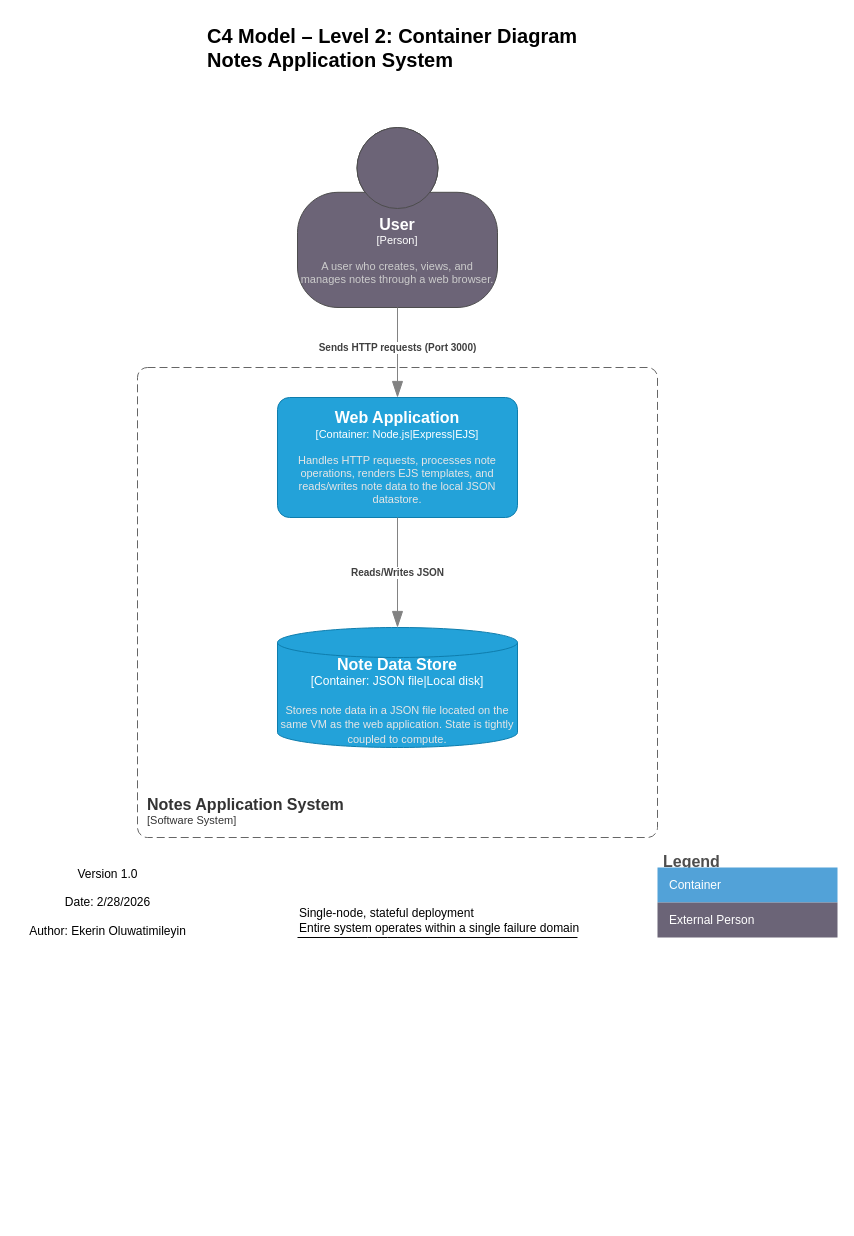
The draw.io diagram Architecture/container-diagram.dio in mosesekerin/cloud-system-evolution, before the edit. Source tidied: cells renumbered, new cells numbered last; positions are measured from the earlier drawing's top-left corner, leaving out a move shared by most shapes. Both pictures are drawn from the tidied source at 100%, with x=0, y=0 at pixel (17, 17).
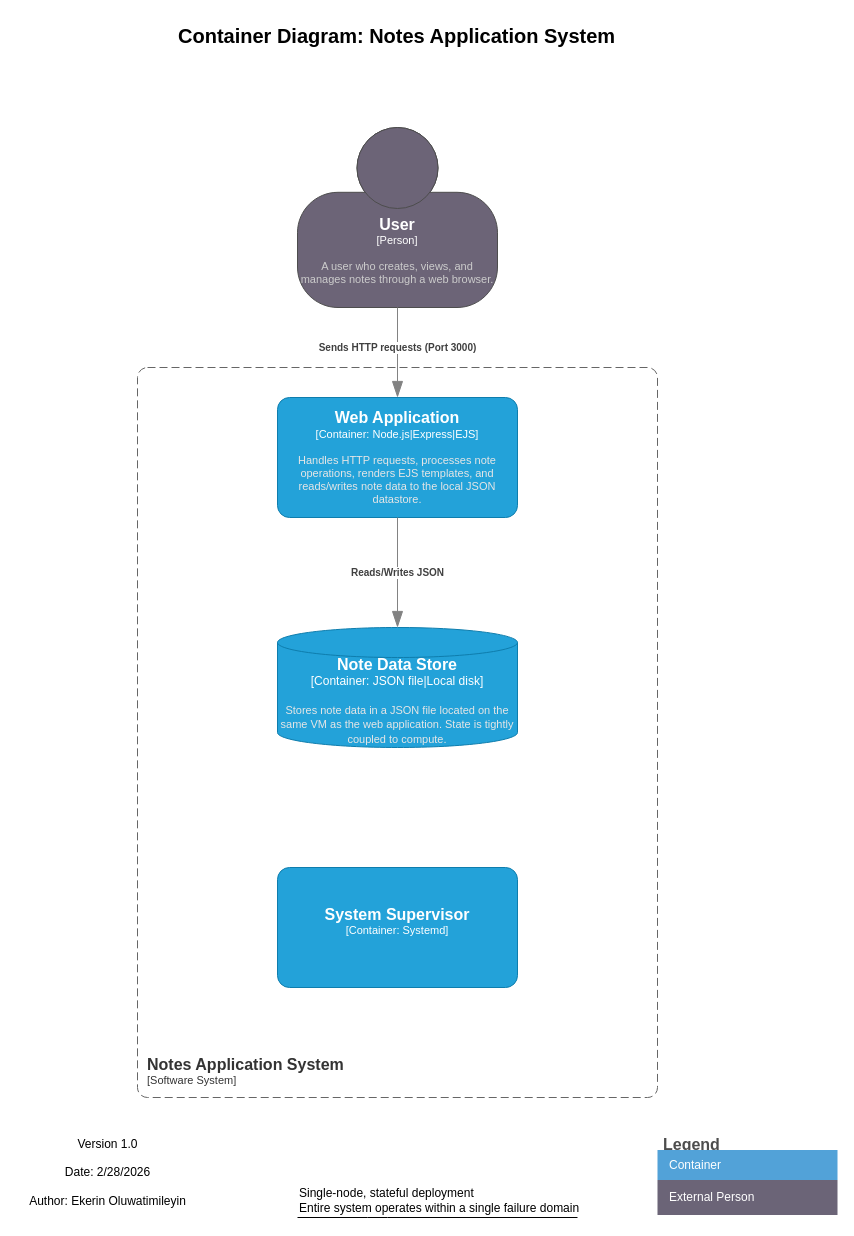
After the change.

Commit message (it also covers changes not shown here):
updated architectural design

Diff of the diagram source:
```diff
@@
-    <object id="7" label="&lt;font&gt;&lt;b&gt;&lt;div style=&quot;text-align: left&quot;&gt;%c4Name%&lt;/div&gt;&lt;/b&gt;&lt;/font&gt;&lt;div style=&quot;text-align: left&quot;&gt;%c4Description%&lt;/div&gt;" c4Description="" c4Name="C4 Model – Level 2: Container Diagram&#10;Notes Application System" placeholders="1">
+    <object id="7" label="&lt;font&gt;&lt;b&gt;&lt;div style=&quot;text-align: left&quot;&gt;%c4Name%&lt;/div&gt;&lt;/b&gt;&lt;/font&gt;&lt;div style=&quot;text-align: left&quot;&gt;%c4Description%&lt;/div&gt;" c4Description="" c4Name="Container Diagram: Notes Application System" placeholders="1">
       <mxCell style="text;html=1;strokeColor=none;fillColor=none;align=left;verticalAlign=top;whiteSpace=wrap;rounded=0;fontSize=20;" parent="1" vertex="1">
-        <mxGeometry x="187.5" width="385" height="40" as="geometry" />
+        <mxGeometry x="158.8" width="442.5" height="40" as="geometry" />
       </mxCell>
     </object>
     <object id="8" label="&lt;font style=&quot;font-size: 16px&quot;&gt;&lt;b&gt;&lt;div style=&quot;text-align: left&quot;&gt;%c4Name%&lt;/div&gt;&lt;/b&gt;&lt;/font&gt;&lt;div style=&quot;text-align: left&quot;&gt;[%c4Application%]&lt;/div&gt;" c4Application="Software System" c4Name="Notes Application System" placeholders="1">
       <mxCell style="rounded=1;fontSize=11;whiteSpace=wrap;html=1;dashed=1;arcSize=20;fillColor=none;strokeColor=#666666;fontColor=#333333;labelBackgroundColor=none;align=left;verticalAlign=bottom;labelBorderColor=none;spacingTop=0;spacing=10;dashPattern=8 4;perimeter=rectanglePerimeter;noLabel=0;labelPadding=0;absoluteArcSize=1;" parent="1" vertex="1">
-        <mxGeometry x="120" y="350" width="520" height="470" as="geometry" />
+        <mxGeometry x="120" y="350" width="520" height="730" as="geometry" />
       </mxCell>
     </object>
     <mxCell id="9" value="Legend" style="shape=table;startSize=20;childLayout=tableLayout;fontSize=16;align=left;verticalAlign=top;fillColor=none;strokeColor=none;fontColor=#4D4D4D;fontStyle=1;spacingLeft=6;spacing=0;" parent="1" vertex="1">
-      <mxGeometry x="640" y="830" width="180" height="90" as="geometry" />
+      <mxGeometry x="640" y="1112.5" width="180" height="85" as="geometry" />
     </mxCell>
     <mxCell id="10" style="shape=tableRow;horizontal=0;startSize=0;swimlaneHead=0;swimlaneBody=0;strokeColor=inherit;top=0;left=0;bottom=0;right=0;fillColor=none;fontSize=12;" parent="9" vertex="1">
-      <mxGeometry y="20" width="180" height="35" as="geometry" />
+      <mxGeometry y="20" width="180" height="30" as="geometry" />
     </mxCell>
     <mxCell id="11" value="Container" style="shape=partialRectangle;html=1;whiteSpace=wrap;strokeColor=inherit;overflow=hidden;fillColor=#52a2d8;top=0;left=0;bottom=0;right=0;fontSize=12;align=left;fontColor=#FFFFFF;gradientColor=none;spacingLeft=10;spacingRight=4;" parent="10" vertex="1">
-      <mxGeometry width="180" height="35" as="geometry" />
+      <mxGeometry width="180" height="30" as="geometry" />
     </mxCell>
     <mxCell id="12" style="shape=tableRow;horizontal=0;startSize=0;swimlaneHead=0;swimlaneBody=0;strokeColor=inherit;top=0;left=0;bottom=0;right=0;fillColor=none;fontSize=12;" parent="9" vertex="1">
-      <mxGeometry y="55" width="180" height="35" as="geometry" />
+      <mxGeometry y="50" width="180" height="35" as="geometry" />
     </mxCell>
@@
     <mxCell id="14" value="&lt;font style=&quot;font-size: 12px;&quot;&gt;Single-node, stateful deployment&lt;br&gt;Entire system operates within a single failure domain&lt;/font&gt;" style="html=1;verticalAlign=bottom;labelBackgroundColor=none;endArrow=none;endFill=0;endSize=6;align=left;" parent="1" edge="1">
       <mxGeometry x="-1" relative="1" as="geometry">
-        <mxPoint x="280" y="920" as="sourcePoint" />
-        <mxPoint x="560" y="920" as="targetPoint" />
+        <mxPoint x="280" y="1200" as="sourcePoint" />
+        <mxPoint x="560" y="1200" as="targetPoint" />
         <Array as="points">
-          <mxPoint x="360" y="920" />
+          <mxPoint x="360" y="1200" />
         </Array>
       </mxGeometry>
     </mxCell>
     <mxCell id="15" value="Version 1.0&lt;br&gt;&lt;br&gt;Date: 2/28/2026&lt;br&gt;&lt;br&gt;Author: Ekerin Oluwatimileyin" style="text;html=1;align=center;verticalAlign=middle;strokeColor=none;fillColor=none;" parent="1" vertex="1">
-      <mxGeometry y="840" width="180" height="90" as="geometry" />
+      <mxGeometry y="1110" width="180" height="90" as="geometry" />
     </mxCell>
+    <object id="16" label="&lt;font style=&quot;font-size: 16px&quot;&gt;&lt;b&gt;%c4Name%&lt;/b&gt;&lt;/font&gt;&lt;div&gt;[%c4Type%: %c4Technology%]&lt;/div&gt;&lt;br&gt;&lt;div&gt;&lt;font style=&quot;font-size: 11px&quot;&gt;&lt;font color=&quot;#E6E6E6&quot;&gt;%c4Description%&lt;/font&gt;&lt;/div&gt;" c4Description="" c4Name="System Supervisor" c4Technology="Systemd" c4Type="Container" placeholders="1">
+      <mxCell style="rounded=1;whiteSpace=wrap;html=1;fontSize=11;labelBackgroundColor=none;fillColor=#23A2D9;fontColor=#ffffff;align=center;arcSize=10;strokeColor=#0E7DAD;" parent="1" vertex="1">
+        <mxGeometry x="260" y="850" width="240" height="120" as="geometry" />
+      </mxCell>
+    </object>
```
